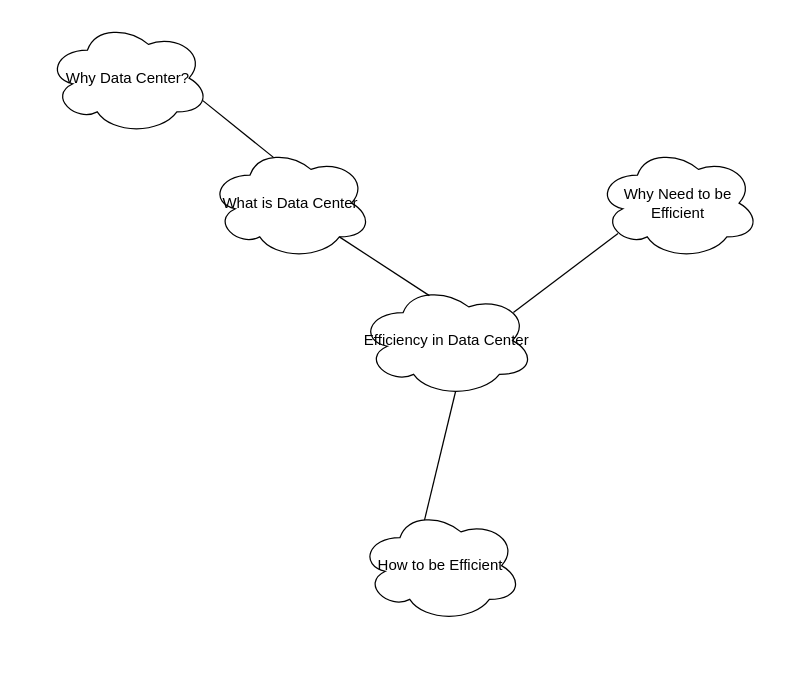
Midebar/Basdat keeps this draw.io diagram as Untitled Diagram.drawio. Above is the earlier version. Source tidied: cells renumbered, new cells numbered last; positions are measured from the earlier drawing's top-left corner, leaving out a move shared by most shapes. Both pictures are drawn from the tidied source at 125%, with x=0, y=0 at pixel (46, 21).
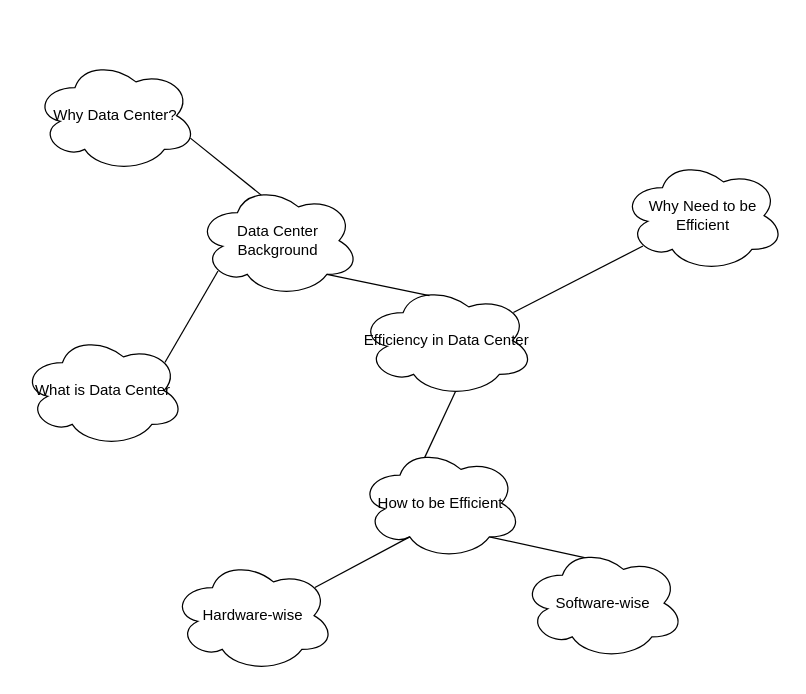
The same diagram, later.

Change to the diagram source:
```diff
@@
 <mxGraphModel>
   <root>
     <mxCell id="0" />
     <mxCell id="1" parent="0" />
     <mxCell id="2" style="rounded=0;jettySize=auto;html=1;exitX=0.55;exitY=0.95;exitDx=0;exitDy=0;exitPerimeter=0;entryX=0.4;entryY=0.1;entryDx=0;entryDy=0;entryPerimeter=0;endArrow=none;endFill=0;" parent="1" edge="1" source="3" target="8">
       <mxGeometry relative="1" as="geometry" />
     </mxCell>
     <mxCell id="3" value="Efficiency in Data Center" style="ellipse;shape=cloud;whiteSpace=wrap;html=1;" parent="1" vertex="1">
       <mxGeometry x="250" y="210" width="140" height="90" as="geometry" />
     </mxCell>
     <mxCell id="4" style="edgeStyle=none;rounded=0;jettySize=auto;html=1;exitX=0.4;exitY=0.1;exitDx=0;exitDy=0;exitPerimeter=0;entryX=0.96;entryY=0.7;entryDx=0;entryDy=0;entryPerimeter=0;endArrow=none;endFill=0;" parent="1" edge="1" source="5" target="9">
       <mxGeometry relative="1" as="geometry" />
     </mxCell>
-    <mxCell id="5" value="What is Data Center" style="ellipse;shape=cloud;whiteSpace=wrap;html=1;" parent="1" vertex="1">
-      <mxGeometry x="130" y="100" width="130" height="90" as="geometry" />
+    <mxCell id="5" value="Data Center Background" style="ellipse;shape=cloud;whiteSpace=wrap;html=1;" parent="1" vertex="1">
+      <mxGeometry x="120" y="130" width="130" height="90" as="geometry" />
     </mxCell>
     <mxCell id="6" style="rounded=0;jettySize=auto;html=1;exitX=0.13;exitY=0.77;exitDx=0;exitDy=0;exitPerimeter=0;entryX=0.88;entryY=0.25;entryDx=0;entryDy=0;entryPerimeter=0;endArrow=none;endFill=0;" parent="1" edge="1" source="7" target="3">
       <mxGeometry relative="1" as="geometry" />
     </mxCell>
     <mxCell id="7" value="Why Need to be Efficient" style="ellipse;shape=cloud;whiteSpace=wrap;html=1;" parent="1" vertex="1">
-      <mxGeometry x="440" y="100" width="130" height="90" as="geometry" />
+      <mxGeometry x="460" y="110" width="130" height="90" as="geometry" />
     </mxCell>
+    <mxCell id="11" style="edgeStyle=none;rounded=0;jettySize=auto;html=1;exitX=0.8;exitY=0.8;exitDx=0;exitDy=0;exitPerimeter=0;entryX=0.4;entryY=0.1;entryDx=0;entryDy=0;entryPerimeter=0;endArrow=none;endFill=0;" parent="1" edge="1" source="8" target="14">
+      <mxGeometry relative="1" as="geometry" />
+    </mxCell>
     <mxCell id="8" value="How to be Efficient" style="ellipse;shape=cloud;whiteSpace=wrap;html=1;" parent="1" vertex="1">
-      <mxGeometry x="250" y="390" width="130" height="90" as="geometry" />
+      <mxGeometry x="250" y="340" width="130" height="90" as="geometry" />
     </mxCell>
     <mxCell id="9" value="Why Data Center?" style="ellipse;shape=cloud;whiteSpace=wrap;html=1;" parent="1" vertex="1">
-      <mxGeometry width="130" height="90" as="geometry" />
+      <mxGeometry x="-10" y="30" width="130" height="90" as="geometry" />
     </mxCell>
     <mxCell id="10" style="endArrow=none;html=1;rounded=0;exitX=0.8;exitY=0.8;exitDx=0;exitDy=0;exitPerimeter=0;entryX=0.4;entryY=0.1;entryDx=0;entryDy=0;entryPerimeter=0;" parent="1" edge="1" source="5" target="3">
       <mxGeometry relative="1" as="geometry" />
     </mxCell>
+    <mxCell id="12" style="edgeStyle=none;rounded=0;jettySize=auto;html=1;exitX=0.88;exitY=0.25;exitDx=0;exitDy=0;exitPerimeter=0;entryX=0.31;entryY=0.8;entryDx=0;entryDy=0;entryPerimeter=0;endArrow=none;endFill=0;" parent="1" edge="1" source="13" target="8">
+      <mxGeometry relative="1" as="geometry" />
+    </mxCell>
+    <mxCell id="13" value="Hardware-wise" style="ellipse;shape=cloud;whiteSpace=wrap;html=1;" parent="1" vertex="1">
+      <mxGeometry x="100" y="430" width="130" height="90" as="geometry" />
+    </mxCell>
+    <mxCell id="14" value="Software-wise" style="ellipse;shape=cloud;whiteSpace=wrap;html=1;" parent="1" vertex="1">
+      <mxGeometry x="380" y="420" width="130" height="90" as="geometry" />
+    </mxCell>
+    <mxCell id="15" style="edgeStyle=none;rounded=0;jettySize=auto;html=1;exitX=0.88;exitY=0.25;exitDx=0;exitDy=0;exitPerimeter=0;entryX=0.13;entryY=0.77;entryDx=0;entryDy=0;entryPerimeter=0;endArrow=none;endFill=0;" parent="1" edge="1" source="16" target="5">
+      <mxGeometry relative="1" as="geometry" />
+    </mxCell>
+    <mxCell id="16" value="What is Data Center" style="ellipse;shape=cloud;whiteSpace=wrap;html=1;" parent="1" vertex="1">
+      <mxGeometry x="-20" y="250" width="130" height="90" as="geometry" />
+    </mxCell>
   </root>
 </mxGraphModel>
```
